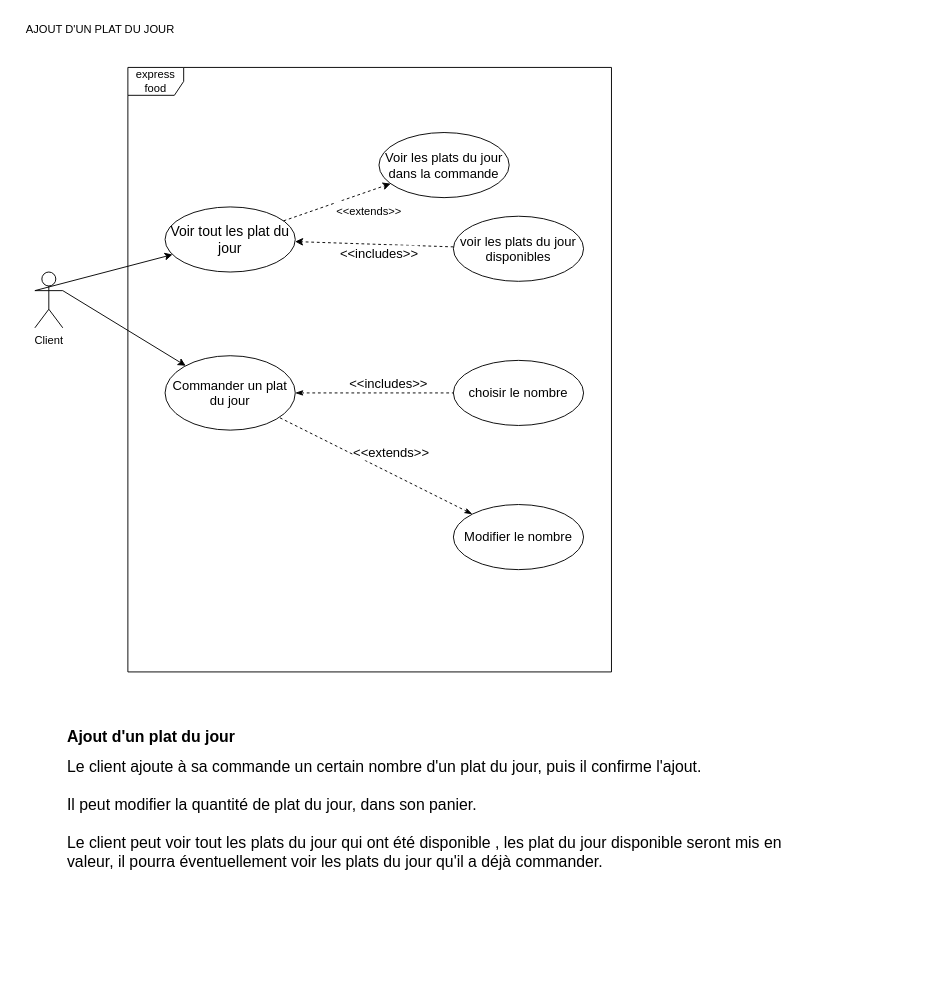
This is page "ajouter plat du jour" (3 of 4) of main_use_case.drawio from sebastien-deren/projet_4, a draw.io file, before an edit. Source tidied: cells renumbered, new cells numbered last; positions are measured from the earlier drawing's top-left corner, leaving out a move shared by most shapes. Both pictures are drawn from the tidied source at 93%, with x=0, y=0 at pixel (16, 16).
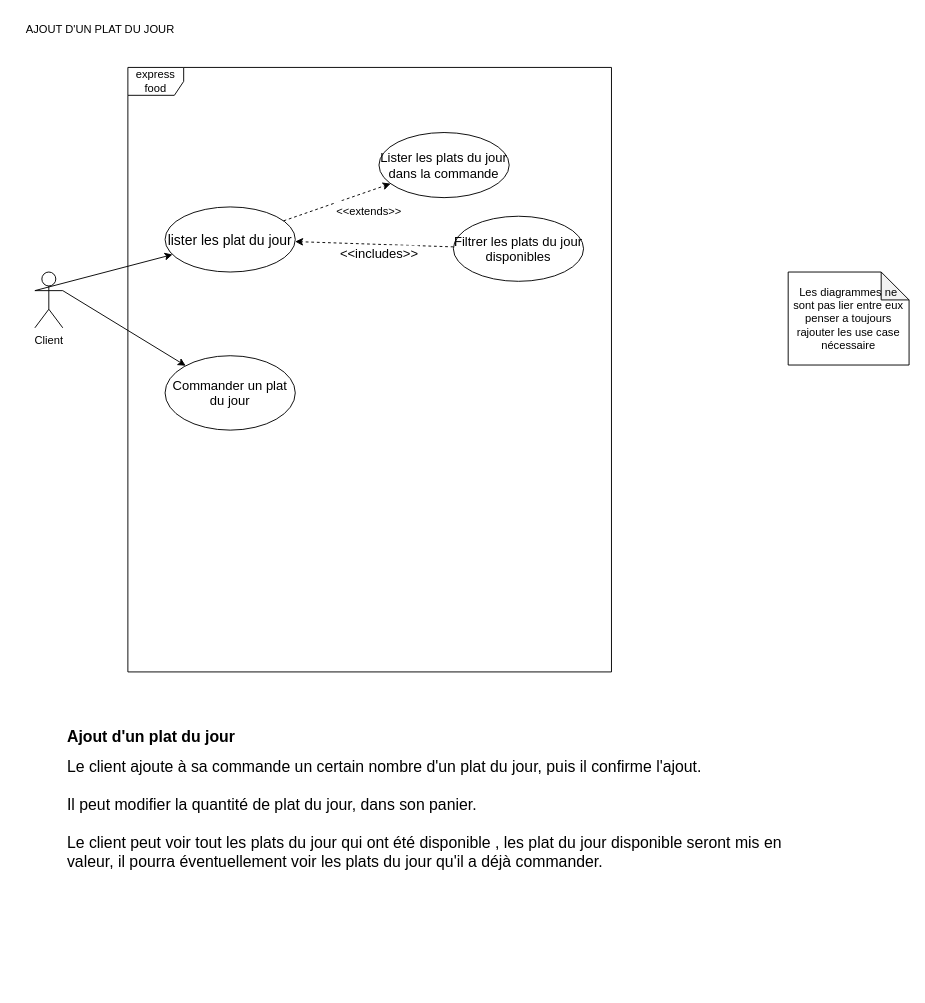
The same diagram, later.

Commit message (it also covers changes not shown here):
Mettre à jour main_use_case.drawio

What changed in the source:
```diff
@@
 <mxGraphModel>
   <root>
     <mxCell id="0" />
     <mxCell id="1" parent="0" />
     <mxCell id="2" value="express food" style="shape=umlFrame;whiteSpace=wrap;html=1;" parent="1" vertex="1">
       <mxGeometry x="120" y="55" width="520" height="650" as="geometry" />
     </mxCell>
     <mxCell id="3" value="AJOUT D'UN PLAT DU JOUR" style="text;html=1;align=center;verticalAlign=middle;strokeColor=none;fillColor=none;" parent="1" vertex="1">
       <mxGeometry width="180" height="30" as="geometry" />
     </mxCell>
-    <mxCell id="4" value="Voir les plats du jour dans la commande" style="ellipse;whiteSpace=wrap;html=1;fontSize=14;" parent="1" vertex="1">
+    <mxCell id="4" value="Lister les plats du jour dans la commande" style="ellipse;whiteSpace=wrap;html=1;fontSize=14;" parent="1" vertex="1">
       <mxGeometry x="390" y="125" width="140" height="70" as="geometry" />
     </mxCell>
     <mxCell id="5" value="Client" style="shape=umlActor;verticalLabelPosition=bottom;verticalAlign=top;html=1;" parent="1" vertex="1">
       <mxGeometry x="20" y="275" width="30" height="60" as="geometry" />
     </mxCell>
-    <mxCell id="6" value="Voir tout les plat du jour" style="ellipse;whiteSpace=wrap;html=1;fontSize=15;" parent="1" vertex="1">
+    <mxCell id="6" value="lister les plat du jour" style="ellipse;whiteSpace=wrap;html=1;fontSize=15;" parent="1" vertex="1">
       <mxGeometry x="160" y="205" width="140" height="70" as="geometry" />
     </mxCell>
     <mxCell id="7" style="endArrow=none;endFill=0;endSize=12;html=1;rounded=0;entryX=0;entryY=0.3333333333333333;entryDx=0;entryDy=0;entryPerimeter=0;startArrow=classic;startFill=1;" parent="1" edge="1" source="6" target="5">
       <mxGeometry relative="1" as="geometry" />
     </mxCell>
     <mxCell id="8" style="endArrow=classic;html=1;rounded=0;fontSize=16;dashed=1;endFill=1;" parent="1" edge="1" source="6" target="4">
       <mxGeometry relative="1" as="geometry" />
     </mxCell>
     <mxCell id="9" value="&lt;font style=&quot;font-size: 12px;&quot;&gt;&amp;lt;&amp;lt;extends&amp;gt;&amp;gt;&lt;/font&gt;" style="edgeLabel;html=1;align=center;verticalAlign=middle;fontSize=16;" parent="8" vertex="1">
       <mxGeometry x="0.31" y="1" relative="1" as="geometry">
         <mxPoint x="16" y="15" as="offset" />
       </mxGeometry>
     </mxCell>
     <mxCell id="10" value="Commander un plat du jour" style="ellipse;whiteSpace=wrap;html=1;fontSize=14;" parent="1" vertex="1">
       <mxGeometry x="160" y="365" width="140" height="80" as="geometry" />
     </mxCell>
     <mxCell id="11" style="endArrow=classic;html=1;rounded=0;fontSize=14;exitX=1;exitY=0.3333333333333333;exitDx=0;exitDy=0;exitPerimeter=0;" parent="1" edge="1" source="5" target="10">
       <mxGeometry relative="1" as="geometry" />
     </mxCell>
-    <mxCell id="12" value="choisir le nombre" style="ellipse;whiteSpace=wrap;html=1;fontSize=14;" parent="1" vertex="1">
-      <mxGeometry x="470" y="370" width="140" height="70" as="geometry" />
-    </mxCell>
-    <mxCell id="13" value="&amp;lt;&amp;lt;includes&amp;gt;&amp;gt;" style="endArrow=none;html=1;rounded=0;fontSize=14;startArrow=classicThin;startFill=1;endFill=0;dashed=1;" parent="1" edge="1" source="10" target="12">
-      <mxGeometry x="0.18" y="10" relative="1" as="geometry" />
-    </mxCell>
-    <mxCell id="14" value="Modifier le nombre" style="ellipse;whiteSpace=wrap;html=1;fontSize=14;" parent="1" vertex="1">
-      <mxGeometry x="470" y="525" width="140" height="70" as="geometry" />
-    </mxCell>
-    <mxCell id="15" value="&amp;lt;&amp;lt;extends&amp;gt;&amp;gt;" style="endArrow=none;html=1;rounded=0;fontSize=14;startArrow=classicThin;startFill=1;endFill=0;dashed=1;" parent="1" edge="1" source="14" target="10">
-      <mxGeometry x="-0.07" y="-20" relative="1" as="geometry" />
-    </mxCell>
-    <mxCell id="16" value="voir les plats du jour disponibles" style="ellipse;whiteSpace=wrap;html=1;fontSize=14;" parent="1" vertex="1">
+    <mxCell id="16" value="Filtrer les plats du jour disponibles" style="ellipse;whiteSpace=wrap;html=1;fontSize=14;" parent="1" vertex="1">
       <mxGeometry x="470" y="215" width="140" height="70" as="geometry" />
     </mxCell>
     <mxCell id="17" value="&amp;lt;&amp;lt;includes&amp;gt;&amp;gt;" style="endArrow=classic;html=1;rounded=0;dashed=1;fontSize=14;" parent="1" edge="1" source="16" target="6">
       <mxGeometry x="-0.06" y="10" relative="1" as="geometry" />
     </mxCell>
     <mxCell id="18" value="&lt;h1 style=&quot;font-size: 17px;&quot;&gt;Ajout d'un plat du jour&lt;/h1&gt;&lt;div style=&quot;font-size: 17px;&quot;&gt;Le client ajoute à sa commande un certain nombre d'un plat du jour, puis il confirme l'ajout.&lt;/div&gt;&lt;div style=&quot;font-size: 17px;&quot;&gt;&lt;br style=&quot;font-size: 17px;&quot;&gt;&lt;/div&gt;&lt;div style=&quot;font-size: 17px;&quot;&gt;Il peut modifier la quantité de plat du jour, dans son panier.&lt;/div&gt;&lt;div style=&quot;font-size: 17px;&quot;&gt;&lt;br&gt;&lt;/div&gt;&lt;div style=&quot;font-size: 17px;&quot;&gt;Le client peut voir tout les plats du jour qui ont été disponible , les plat du jour disponible seront mis en valeur, il pourra éventuellement voir les plats du jour qu'il a déjà commander.&lt;/div&gt;&lt;div style=&quot;font-size: 17px;&quot;&gt;&lt;br style=&quot;font-size: 17px;&quot;&gt;&lt;/div&gt;&lt;div style=&quot;font-size: 17px;&quot;&gt;&lt;br style=&quot;font-size: 17px;&quot;&gt;&lt;/div&gt;&lt;div style=&quot;font-size: 17px;&quot;&gt;&lt;br style=&quot;font-size: 17px;&quot;&gt;&lt;/div&gt;&lt;div style=&quot;font-size: 17px;&quot;&gt;&lt;br style=&quot;font-size: 17px;&quot;&gt;&lt;/div&gt;" style="text;html=1;strokeColor=none;fillColor=none;spacing=5;spacingTop=-20;whiteSpace=wrap;overflow=hidden;rounded=0;fontSize=17;" parent="1" vertex="1">
       <mxGeometry x="50" y="765" width="800" height="280" as="geometry" />
     </mxCell>
+    <mxCell id="19" value="Les diagrammes ne sont pas lier entre eux penser a toujours rajouter les use case nécessaire" style="shape=note;whiteSpace=wrap;html=1;backgroundOutline=1;darkOpacity=0.05;" parent="1" vertex="1">
+      <mxGeometry x="830" y="275" width="130" height="100" as="geometry" />
+    </mxCell>
   </root>
 </mxGraphModel>
```
